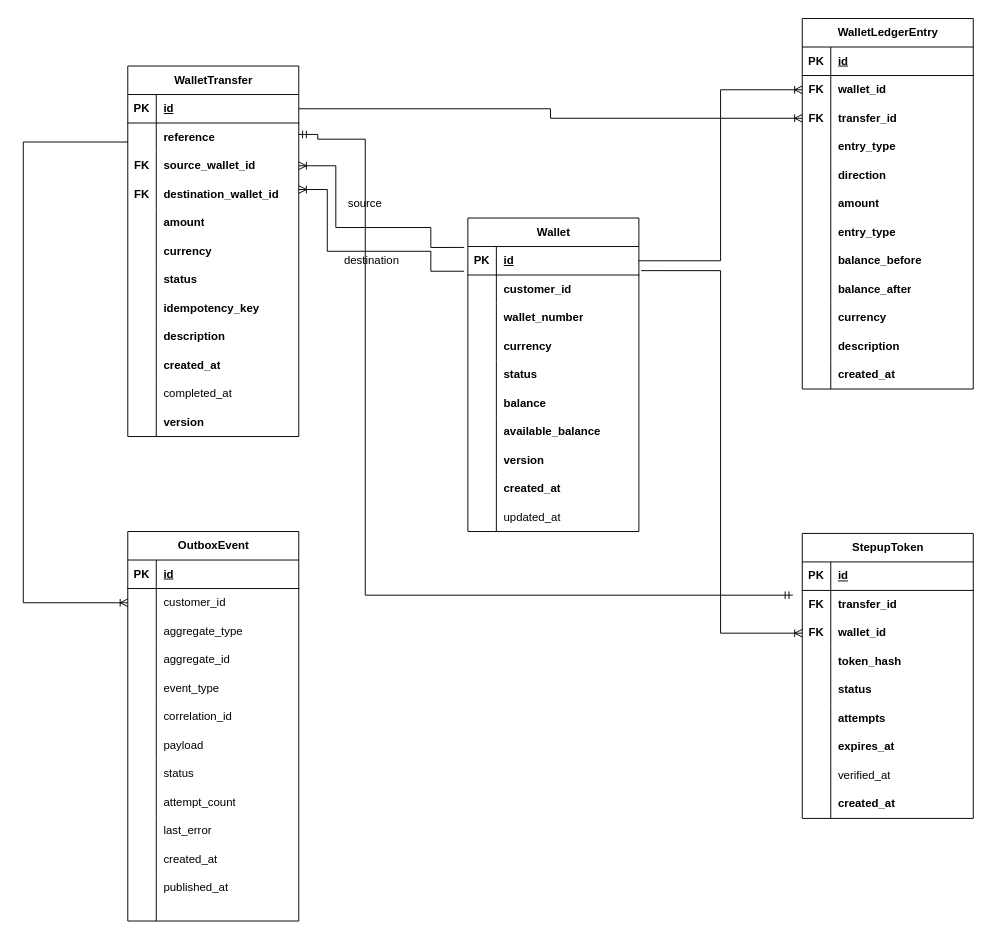
Above: documentation/wallet-ms/WALLET-MS-ERD.drawio in Nic3holas-wq/mobile-money-wallet-microservices (draw.io), before the change. Source tidied: cells renumbered, new cells numbered last; positions are measured from the earlier drawing's top-left corner, leaving out a move shared by most shapes. Both pictures are drawn from the tidied source at 95%, with x=0, y=0 at pixel (23, 18).
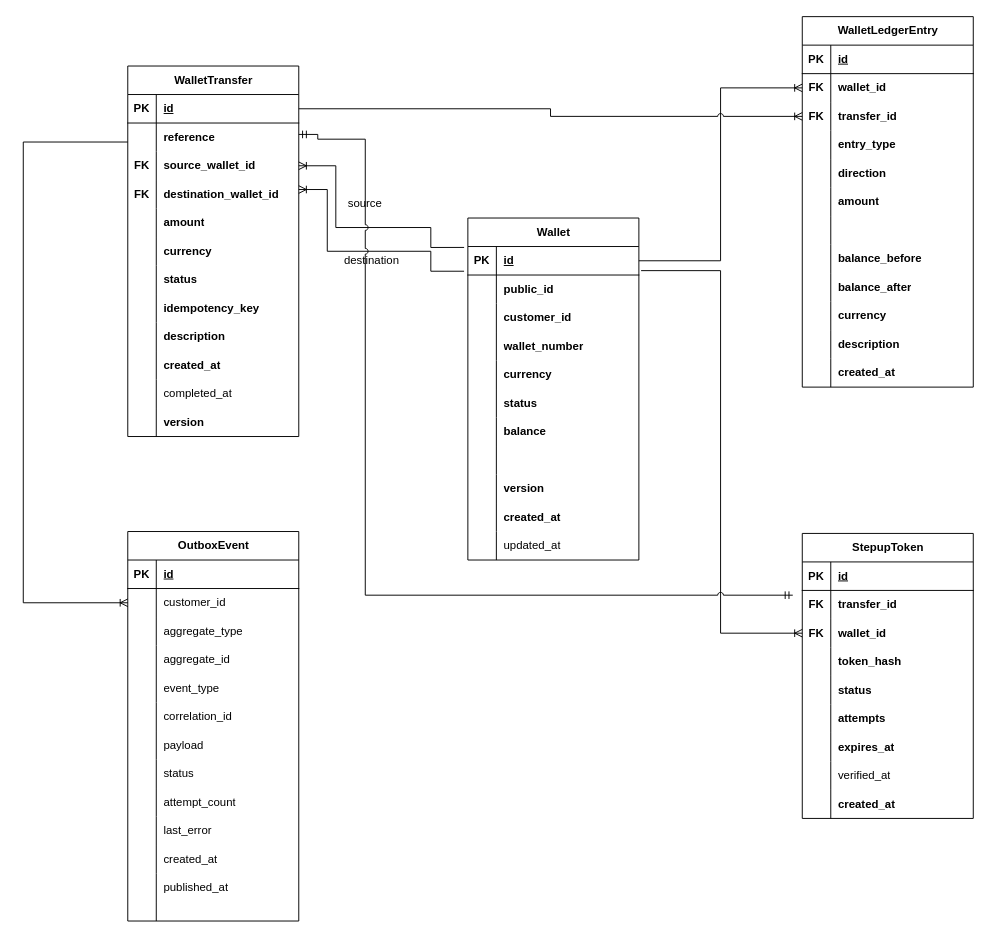
The same page after the edit.

The change refers to these unchanged cells:
```xml
<mxCell id="3" style="shape=tableRow;horizontal=0;startSize=0;swimlaneHead=0;swimlaneBody=0;fillColor=none;points=[[0,0.5],[1,0.5]];portConstraint=eastwest;top=0;left=0;right=0;bottom=1;" parent="2" vertex="1">
  <mxGeometry y="30" width="180" height="30" as="geometry" />
</mxCell>
<mxCell id="6" style="shape=tableRow;horizontal=0;startSize=0;swimlaneHead=0;swimlaneBody=0;fillColor=none;points=[[0,0.5],[1,0.5]];portConstraint=eastwest;top=0;left=0;right=0;bottom=0;" parent="2" vertex="1">
  <mxGeometry y="60" width="180" height="30" as="geometry" />
</mxCell>
<mxCell id="105" style="shape=tableRow;horizontal=0;startSize=0;swimlaneHead=0;swimlaneBody=0;fillColor=none;points=[[0,0.5],[1,0.5]];portConstraint=eastwest;top=0;left=0;right=0;bottom=0;" parent="101" vertex="1">
  <mxGeometry y="60" width="180" height="30" as="geometry" />
</mxCell>
<mxCell id="108" style="shape=tableRow;horizontal=0;startSize=0;swimlaneHead=0;swimlaneBody=0;fillColor=none;points=[[0,0.5],[1,0.5]];portConstraint=eastwest;top=0;left=0;right=0;bottom=0;" parent="101" vertex="1">
  <mxGeometry y="90" width="180" height="30" as="geometry" />
</mxCell>
<mxCell id="120" style="shape=tableRow;horizontal=0;startSize=0;swimlaneHead=0;swimlaneBody=0;fillColor=none;top=0;left=0;right=0;bottom=0;" parent="101" vertex="1">
  <mxGeometry y="210" width="180" height="30" as="geometry" />
</mxCell>
<mxCell id="139" style="shape=tableRow;horizontal=0;startSize=0;swimlaneHead=0;swimlaneBody=0;fillColor=none;points=[[0,0.5],[1,0.5]];portConstraint=eastwest;top=0;left=0;right=0;bottom=1;" parent="138" vertex="1">
  <mxGeometry y="30" width="180" height="30" as="geometry" />
</mxCell>
<mxCell id="145" style="shape=tableRow;horizontal=0;startSize=0;swimlaneHead=0;swimlaneBody=0;fillColor=none;points=[[0,0.5],[1,0.5]];portConstraint=eastwest;top=0;left=0;right=0;bottom=0;" parent="138" vertex="1">
  <mxGeometry y="90" width="180" height="30" as="geometry" />
</mxCell>
```

What changed in the source:
```diff
@@
     <mxCell id="2" value="Wallet" style="shape=table;startSize=30;childLayout=tableLayout;rowLines=0;fontStyle=1;align=center;html=1;" parent="1" vertex="1">
-      <mxGeometry x="468" y="210" width="180" height="330" as="geometry" />
+      <mxGeometry x="468" y="210" width="180" height="360" as="geometry" />
     </mxCell>
@@
-    <mxCell id="8" value="customer_id" style="shape=partialRectangle;fillColor=none;top=0;left=0;bottom=0;right=0;align=left;spacingLeft=6;overflow=hidden;whiteSpace=wrap;html=1;fontStyle=1;" parent="6" vertex="1">
+    <mxCell id="8" value="public_id" style="shape=partialRectangle;fillColor=none;top=0;left=0;bottom=0;right=0;align=left;spacingLeft=6;overflow=hidden;whiteSpace=wrap;html=1;fontStyle=1;" parent="6" vertex="1">
       <mxGeometry x="30" width="150" height="30" as="geometry" />
     </mxCell>
+    <mxCell id="184" style="shape=tableRow;horizontal=0;startSize=0;swimlaneHead=0;swimlaneBody=0;fillColor=none;top=0;left=0;right=0;bottom=0;" parent="2" vertex="1">
+      <mxGeometry y="90" width="180" height="30" as="geometry" />
+    </mxCell>
+    <mxCell id="185" style="shape=partialRectangle;fillColor=none;top=0;left=0;bottom=0;right=0;overflow=hidden;whiteSpace=wrap;html=1;" parent="184" vertex="1">
+      <mxGeometry width="30" height="30" as="geometry" />
+    </mxCell>
+    <mxCell id="186" value="customer_id" style="shape=partialRectangle;fillColor=none;top=0;left=0;bottom=0;right=0;align=left;spacingLeft=6;overflow=hidden;whiteSpace=wrap;html=1;fontStyle=1;" parent="184" vertex="1">
+      <mxGeometry x="30" width="150" height="30" as="geometry" />
+    </mxCell>
     <mxCell id="9" style="shape=tableRow;horizontal=0;startSize=0;swimlaneHead=0;swimlaneBody=0;fillColor=none;top=0;left=0;right=0;bottom=0;" parent="2" vertex="1">
-      <mxGeometry y="90" width="180" height="30" as="geometry" />
+      <mxGeometry y="120" width="180" height="30" as="geometry" />
     </mxCell>
@@
     <mxCell id="12" style="shape=tableRow;horizontal=0;startSize=0;swimlaneHead=0;swimlaneBody=0;fillColor=none;top=0;left=0;right=0;bottom=0;" parent="2" vertex="1">
-      <mxGeometry y="120" width="180" height="30" as="geometry" />
+      <mxGeometry y="150" width="180" height="30" as="geometry" />
     </mxCell>
@@
     <mxCell id="15" style="shape=tableRow;horizontal=0;startSize=0;swimlaneHead=0;swimlaneBody=0;fillColor=none;top=0;left=0;right=0;bottom=0;" parent="2" vertex="1">
-      <mxGeometry y="150" width="180" height="30" as="geometry" />
+      <mxGeometry y="180" width="180" height="30" as="geometry" />
     </mxCell>
@@
     <mxCell id="18" style="shape=tableRow;horizontal=0;startSize=0;swimlaneHead=0;swimlaneBody=0;fillColor=none;top=0;left=0;right=0;bottom=0;" parent="2" vertex="1">
-      <mxGeometry y="180" width="180" height="30" as="geometry" />
+      <mxGeometry y="210" width="180" height="30" as="geometry" />
     </mxCell>
@@
     <mxCell id="21" style="shape=tableRow;horizontal=0;startSize=0;swimlaneHead=0;swimlaneBody=0;fillColor=none;top=0;left=0;right=0;bottom=0;" parent="2" vertex="1">
-      <mxGeometry y="210" width="180" height="30" as="geometry" />
+      <mxGeometry y="240" width="180" height="30" as="geometry" />
     </mxCell>
@@
-    <mxCell id="23" value="available_balance" style="shape=partialRectangle;fillColor=none;top=0;left=0;bottom=0;right=0;align=left;spacingLeft=6;overflow=hidden;whiteSpace=wrap;html=1;fontStyle=1;" parent="21" vertex="1">
+    <mxCell id="23" style="shape=partialRectangle;fillColor=none;top=0;left=0;bottom=0;right=0;align=left;spacingLeft=6;overflow=hidden;whiteSpace=wrap;html=1;fontStyle=1;" parent="21" vertex="1">
       <mxGeometry x="30" width="150" height="30" as="geometry" />
     </mxCell>
     <mxCell id="24" style="shape=tableRow;horizontal=0;startSize=0;swimlaneHead=0;swimlaneBody=0;fillColor=none;top=0;left=0;right=0;bottom=0;" parent="2" vertex="1">
-      <mxGeometry y="240" width="180" height="30" as="geometry" />
+      <mxGeometry y="270" width="180" height="30" as="geometry" />
     </mxCell>
@@
     <mxCell id="27" style="shape=tableRow;horizontal=0;startSize=0;swimlaneHead=0;swimlaneBody=0;fillColor=none;top=0;left=0;right=0;bottom=0;" parent="2" vertex="1">
-      <mxGeometry y="270" width="180" height="30" as="geometry" />
+      <mxGeometry y="300" width="180" height="30" as="geometry" />
     </mxCell>
@@
     <mxCell id="30" style="shape=tableRow;horizontal=0;startSize=0;swimlaneHead=0;swimlaneBody=0;fillColor=none;top=0;left=0;right=0;bottom=0;" parent="2" vertex="1">
-      <mxGeometry y="300" width="180" height="30" as="geometry" />
+      <mxGeometry y="330" width="180" height="30" as="geometry" />
     </mxCell>
@@
     <mxCell id="101" value="WalletLedgerEntry" style="shape=table;startSize=30;childLayout=tableLayout;rowLines=0;fontStyle=1;align=center;html=1;" parent="1" vertex="1">
-      <mxGeometry x="820" width="180" height="390" as="geometry" />
+      <mxGeometry x="820" y="-2" width="180" height="390" as="geometry" />
     </mxCell>
@@
-    <mxCell id="122" value="entry_type" style="shape=partialRectangle;fillColor=none;top=0;left=0;bottom=0;right=0;align=left;spacingLeft=6;overflow=hidden;whiteSpace=wrap;html=1;fontStyle=1;" parent="120" vertex="1">
+    <mxCell id="122" style="shape=partialRectangle;fillColor=none;top=0;left=0;bottom=0;right=0;align=left;spacingLeft=6;overflow=hidden;whiteSpace=wrap;html=1;fontStyle=1;" parent="120" vertex="1">
       <mxGeometry x="30" width="150" height="30" as="geometry" />
     </mxCell>
@@
-    <mxCell id="175" style="edgeStyle=orthogonalEdgeStyle;fontSize=12;html=1;endArrow=ERoneToMany;rounded=0;entryX=0;entryY=0.5;entryDx=0;entryDy=0;exitX=1;exitY=0.5;exitDx=0;exitDy=0;" parent="1" edge="1" source="3" target="105">
+    <mxCell id="175" style="edgeStyle=orthogonalEdgeStyle;fontSize=12;html=1;endArrow=ERoneToMany;rounded=0;entryX=0;entryY=0.5;entryDx=0;entryDy=0;exitX=1;exitY=0.5;exitDx=0;exitDy=0;jumpStyle=arc;" parent="1" edge="1" source="3" target="105">
       <mxGeometry relative="1" as="geometry" />
     </mxCell>
-    <mxCell id="176" style="edgeStyle=orthogonalEdgeStyle;fontSize=12;html=1;endArrow=ERoneToMany;rounded=0;entryX=0;entryY=0.5;entryDx=0;entryDy=0;exitX=1;exitY=0.5;exitDx=0;exitDy=0;" parent="1" edge="1" source="139" target="108">
+    <mxCell id="176" style="edgeStyle=orthogonalEdgeStyle;fontSize=12;html=1;endArrow=ERoneToMany;rounded=0;entryX=0;entryY=0.5;entryDx=0;entryDy=0;exitX=1;exitY=0.5;exitDx=0;exitDy=0;jumpStyle=arc;" parent="1" edge="1" source="139" target="108">
       <mxGeometry relative="1" as="geometry" />
     </mxCell>
@@
-    <mxCell id="179" style="edgeStyle=orthogonalEdgeStyle;fontSize=12;html=1;endArrow=ERoneToMany;rounded=0;entryX=1;entryY=0.5;entryDx=0;entryDy=0;exitX=-0.022;exitY=0.032;exitDx=0;exitDy=0;exitPerimeter=0;" parent="1" edge="1" source="3" target="145">
+    <mxCell id="179" style="edgeStyle=orthogonalEdgeStyle;fontSize=12;html=1;endArrow=ERoneToMany;rounded=0;entryX=1;entryY=0.5;entryDx=0;entryDy=0;exitX=-0.022;exitY=0.032;exitDx=0;exitDy=0;exitPerimeter=0;jumpStyle=arc;" parent="1" edge="1" source="3" target="145">
       <mxGeometry relative="1" as="geometry">
         <Array as="points">
           <mxPoint x="429" y="241" />
           <mxPoint x="429" y="220" />
           <mxPoint x="329" y="220" />
           <mxPoint x="329" y="155" />
         </Array>
       </mxGeometry>
     </mxCell>
@@
-    <mxCell id="183" style="edgeStyle=orthogonalEdgeStyle;fontSize=12;html=1;endArrow=ERmandOne;startArrow=ERmandOne;rounded=0;exitX=1;exitY=0.5;exitDx=0;exitDy=0;" parent="1" edge="1">
+    <mxCell id="183" style="edgeStyle=orthogonalEdgeStyle;fontSize=12;html=1;endArrow=ERmandOne;startArrow=ERmandOne;rounded=0;exitX=1;exitY=0.5;exitDx=0;exitDy=0;jumpStyle=arc;" parent="1" edge="1">
       <mxGeometry relative="1" as="geometry">
         <mxPoint x="290" y="122" as="sourcePoint" />
         <mxPoint x="810" y="607" as="targetPoint" />
         <Array as="points">
           <mxPoint x="310" y="122" />
           <mxPoint x="310" y="127" />
           <mxPoint x="360" y="127" />
           <mxPoint x="360" y="607" />
         </Array>
       </mxGeometry>
     </mxCell>
```
